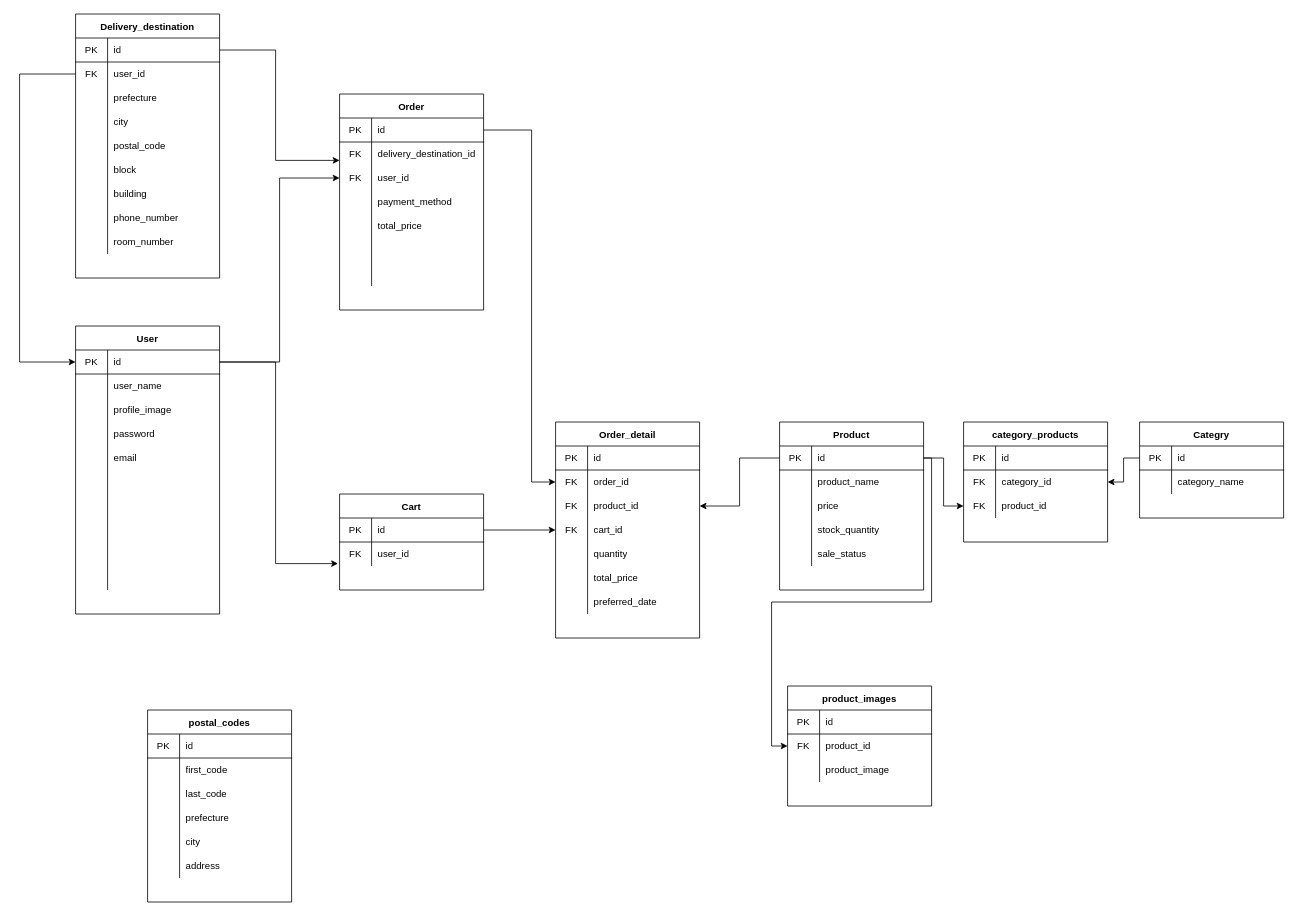
This is backend/dbdiagram.dio from fukasat1009/KaimonoJaws, a draw.io file, before an edit. Source tidied: cells renumbered, new cells numbered last; positions are measured from the earlier drawing's top-left corner, leaving out a move shared by most shapes. Both pictures are drawn from the tidied source at 80%, with x=0, y=0 at pixel (19, 14).
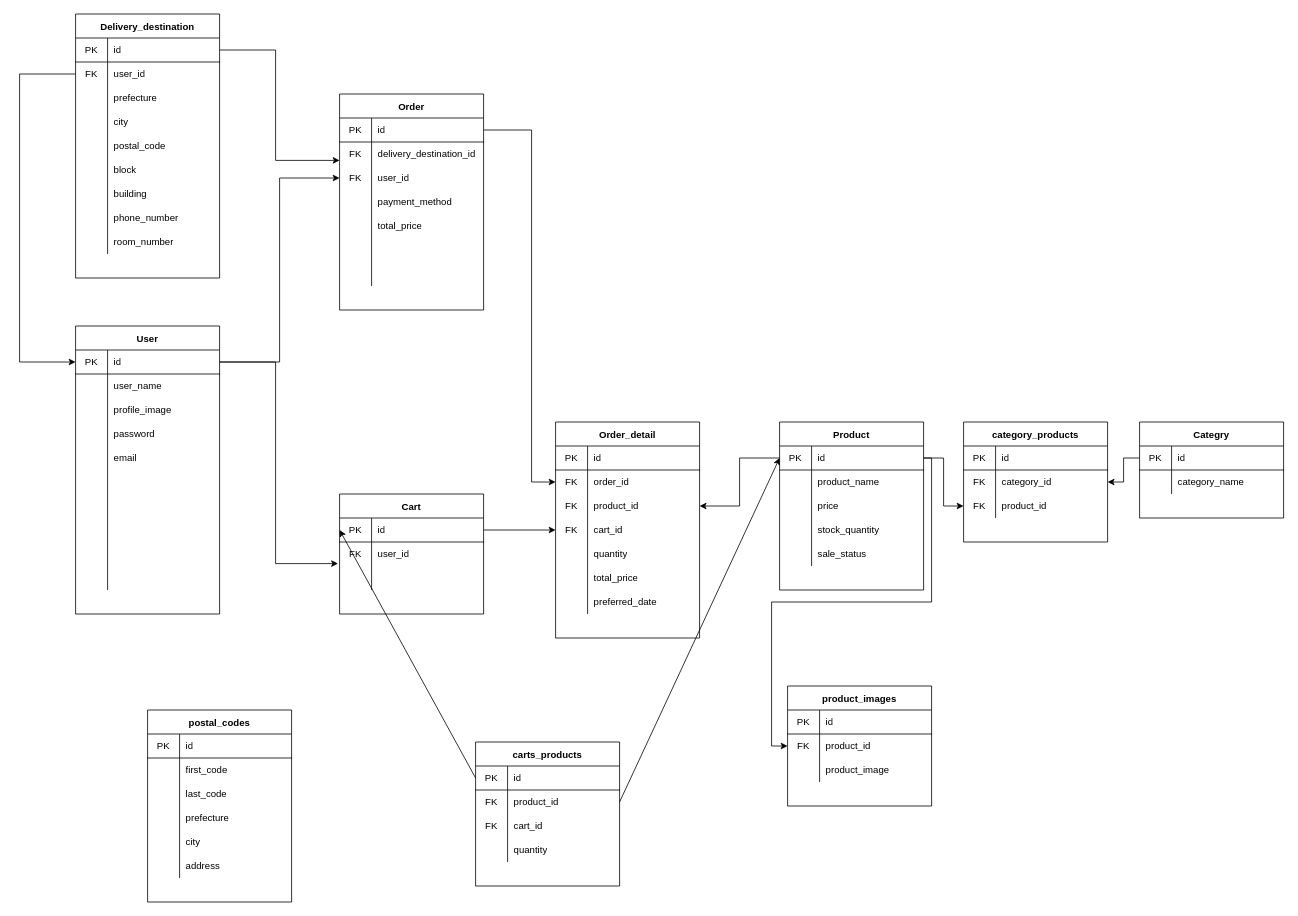
The same page after the edit.

The change refers to these unchanged cells:
```xml
<mxCell id="81" style="shape=partialRectangle;html=1;whiteSpace=wrap;fillColor=none;top=0;left=0;bottom=1;right=0;points=[[0,0.5],[1,0.5]];portConstraint=eastwest;" parent="80" vertex="1">
  <mxGeometry y="30" width="180" height="30" as="geometry" />
</mxCell>
<mxCell id="110" style="shape=partialRectangle;html=1;whiteSpace=wrap;fillColor=none;top=0;left=0;bottom=1;right=0;points=[[0,0.5],[1,0.5]];portConstraint=eastwest;" parent="109" vertex="1">
  <mxGeometry y="30" width="180" height="30" as="geometry" />
</mxCell>
```

Change to the diagram source:
```diff
@@
+    <mxCell id="184" style="endArrow=classic;html=1;exitX=0;exitY=0.5;exitDx=0;exitDy=0;entryX=0;entryY=0.5;entryDx=0;entryDy=0;" parent="1" edge="1" source="189" target="81">
+      <mxGeometry relative="1" as="geometry" />
+    </mxCell>
@@
     <mxCell id="80" value="Cart" style="shape=table;startSize=30;childLayout=tableLayout;rowLines=0;fontStyle=1;align=center;" parent="1" vertex="1">
-      <mxGeometry x="400" y="600" width="180" height="120" as="geometry" />
+      <mxGeometry x="400" y="600" width="180" height="150" as="geometry" />
     </mxCell>
@@
+    <mxCell id="185" style="shape=partialRectangle;html=1;whiteSpace=wrap;fillColor=none;top=0;left=0;bottom=0;right=0;" parent="80" vertex="1">
+      <mxGeometry y="90" width="180" height="30" as="geometry" />
+    </mxCell>
+    <mxCell id="186" style="shape=partialRectangle;html=1;whiteSpace=wrap;fillColor=none;top=0;left=0;bottom=0;right=0;overflow=hidden;" parent="185" vertex="1">
+      <mxGeometry width="40" height="30" as="geometry" />
+    </mxCell>
+    <mxCell id="187" style="shape=partialRectangle;html=1;whiteSpace=wrap;fillColor=none;top=0;left=0;bottom=0;right=0;align=left;spacingLeft=6;overflow=hidden;" parent="185" vertex="1">
+      <mxGeometry x="40" width="140" height="30" as="geometry" />
+    </mxCell>
@@
+    <mxCell id="188" value="carts_products" style="shape=table;startSize=30;childLayout=tableLayout;rowLines=0;fontStyle=1;align=center;" parent="1" vertex="1">
+      <mxGeometry x="570" y="910" width="180" height="180" as="geometry" />
+    </mxCell>
+    <mxCell id="189" style="shape=partialRectangle;html=1;whiteSpace=wrap;fillColor=none;top=0;left=0;bottom=1;right=0;points=[[0,0.5],[1,0.5]];portConstraint=eastwest;" parent="188" vertex="1">
+      <mxGeometry y="30" width="180" height="30" as="geometry" />
+    </mxCell>
+    <mxCell id="190" value="PK" style="shape=partialRectangle;html=1;whiteSpace=wrap;fillColor=none;top=0;left=0;bottom=0;right=0;overflow=hidden;" parent="189" vertex="1">
+      <mxGeometry width="40" height="30" as="geometry" />
+    </mxCell>
+    <mxCell id="191" value="id" style="shape=partialRectangle;html=1;whiteSpace=wrap;fillColor=none;top=0;left=0;bottom=0;right=0;align=left;spacingLeft=6;overflow=hidden;" parent="189" vertex="1">
+      <mxGeometry x="40" width="140" height="30" as="geometry" />
+    </mxCell>
+    <mxCell id="192" style="shape=partialRectangle;html=1;whiteSpace=wrap;fillColor=none;top=0;left=0;bottom=0;right=0;points=[[0,0.5],[1,0.5]];portConstraint=eastwest;" parent="188" vertex="1">
+      <mxGeometry y="60" width="180" height="30" as="geometry" />
+    </mxCell>
+    <mxCell id="193" value="FK" style="shape=partialRectangle;html=1;whiteSpace=wrap;fillColor=none;top=0;left=0;bottom=0;right=0;overflow=hidden;" parent="192" vertex="1">
+      <mxGeometry width="40" height="30" as="geometry" />
+    </mxCell>
+    <mxCell id="194" value="product_id" style="shape=partialRectangle;html=1;whiteSpace=wrap;fillColor=none;top=0;left=0;bottom=0;right=0;align=left;spacingLeft=6;overflow=hidden;" parent="192" vertex="1">
+      <mxGeometry x="40" width="140" height="30" as="geometry" />
+    </mxCell>
+    <mxCell id="195" style="shape=partialRectangle;html=1;whiteSpace=wrap;fillColor=none;top=0;left=0;bottom=0;right=0;" parent="188" vertex="1">
+      <mxGeometry y="90" width="180" height="30" as="geometry" />
+    </mxCell>
+    <mxCell id="196" value="FK" style="shape=partialRectangle;html=1;whiteSpace=wrap;fillColor=none;top=0;left=0;bottom=0;right=0;overflow=hidden;" parent="195" vertex="1">
+      <mxGeometry width="40" height="30" as="geometry" />
+    </mxCell>
+    <mxCell id="197" value="cart_id" style="shape=partialRectangle;html=1;whiteSpace=wrap;fillColor=none;top=0;left=0;bottom=0;right=0;align=left;spacingLeft=6;overflow=hidden;" parent="195" vertex="1">
+      <mxGeometry x="40" width="140" height="30" as="geometry" />
+    </mxCell>
+    <mxCell id="198" style="shape=partialRectangle;html=1;whiteSpace=wrap;fillColor=none;top=0;left=0;bottom=0;right=0;" parent="188" vertex="1">
+      <mxGeometry y="120" width="180" height="30" as="geometry" />
+    </mxCell>
+    <mxCell id="199" style="shape=partialRectangle;html=1;whiteSpace=wrap;fillColor=none;top=0;left=0;bottom=0;right=0;overflow=hidden;" parent="198" vertex="1">
+      <mxGeometry width="40" height="30" as="geometry" />
+    </mxCell>
+    <mxCell id="200" value="quantity" style="shape=partialRectangle;html=1;whiteSpace=wrap;fillColor=none;top=0;left=0;bottom=0;right=0;align=left;spacingLeft=6;overflow=hidden;" parent="198" vertex="1">
+      <mxGeometry x="40" width="140" height="30" as="geometry" />
+    </mxCell>
+    <mxCell id="201" style="endArrow=classic;html=1;entryX=0;entryY=0.5;entryDx=0;entryDy=0;exitX=1;exitY=0.5;exitDx=0;exitDy=0;rounded=1;sketch=0;" parent="1" edge="1" source="192" target="110">
+      <mxGeometry relative="1" as="geometry" />
+    </mxCell>
```
